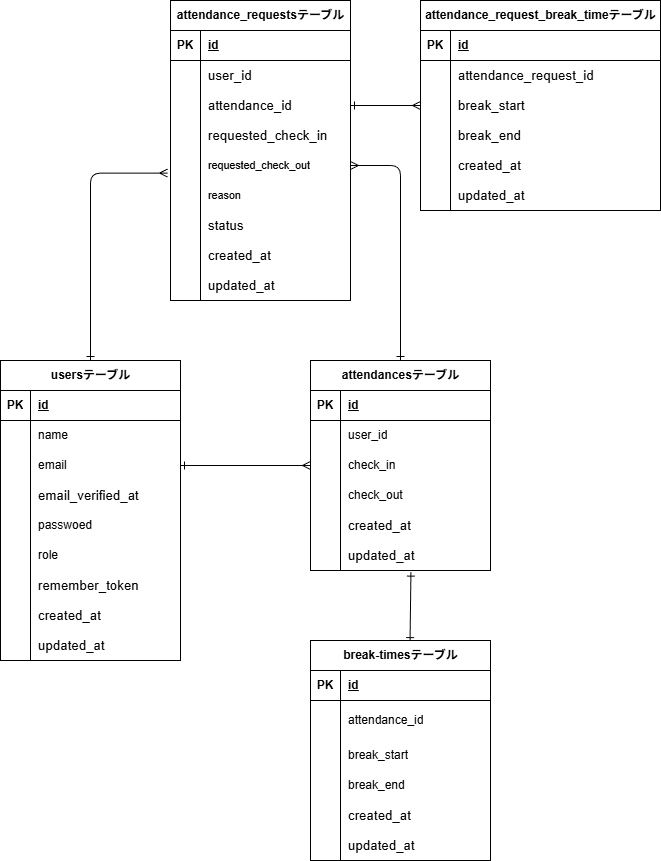
Before: .drawio.png, a diagram exported from draw.io (miho-85-ux/TimeandAttendanceManagement). Source tidied: cells renumbered, new cells last; positions are measured from the earlier drawing's top-left corner, leaving out a move shared by most shapes.
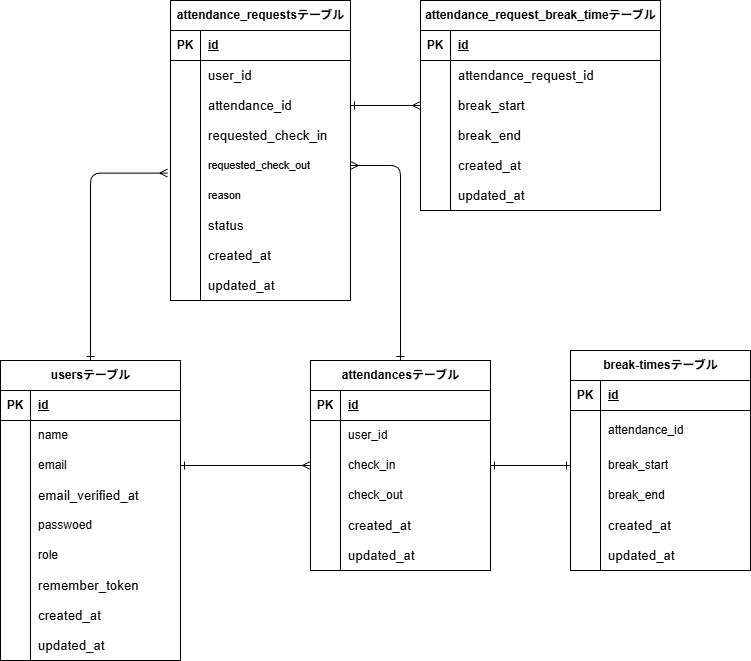
After the commit.

Change to the diagram source:
```diff
@@ -89,11 +89,11 @@
     <mxCell id="30" value="&lt;span style=&quot;color: rgb(0, 0, 0); font-family: Arial; font-size: 13.3333px;&quot;&gt;updated_at&lt;/span&gt;" style="shape=partialRectangle;fillColor=none;top=0;left=0;bottom=0;right=0;align=left;spacingLeft=6;overflow=hidden;whiteSpace=wrap;html=1;" parent="28" vertex="1">
       <mxGeometry x="30" width="150" height="30" as="geometry" />
     </mxCell>
-    <mxCell id="31" style="edgeStyle=none;html=1;entryX=0.553;entryY=0.005;entryDx=0;entryDy=0;endArrow=ERone;endFill=0;startArrow=ERone;startFill=0;exitX=0.558;exitY=1.053;exitDx=0;exitDy=0;exitPerimeter=0;entryPerimeter=0;" parent="1" edge="1" source="68" target="32">
+    <mxCell id="31" style="edgeStyle=none;html=1;entryX=0;entryY=0.5;entryDx=0;entryDy=0;endArrow=ERone;endFill=0;startArrow=ERone;startFill=0;exitX=1;exitY=0.5;exitDx=0;exitDy=0;" parent="1" edge="1" source="59" target="39">
       <mxGeometry relative="1" as="geometry" />
     </mxCell>
     <mxCell id="32" value="break-timesテーブル" style="shape=table;startSize=30;rowLines=0;fontStyle=1;align=center;html=1;" parent="1" vertex="1">
-      <mxGeometry x="310" y="640" width="180" height="220" as="geometry" />
+      <mxGeometry x="570" y="350" width="180" height="220" as="geometry" />
     </mxCell>
     <mxCell id="33" style="shape=tableRow;horizontal=0;startSize=0;swimlaneHead=0;swimlaneBody=0;fillColor=none;top=0;left=0;right=0;bottom=1;" parent="32" vertex="1">
       <mxGeometry y="30" width="180" height="30" as="geometry" />
```
